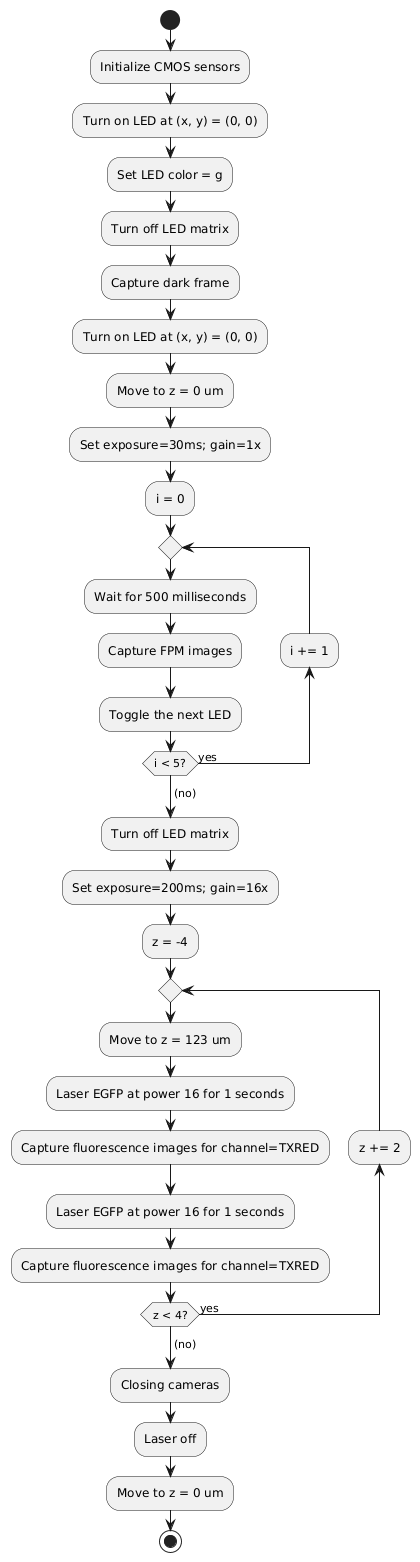
Caltech-Biophotonics-Lab/bioimage-coder keeps this PlantUML diagram as apps/amgen2019-full/flowchart-amgen2019-protocol.png. Above is the earlier version.
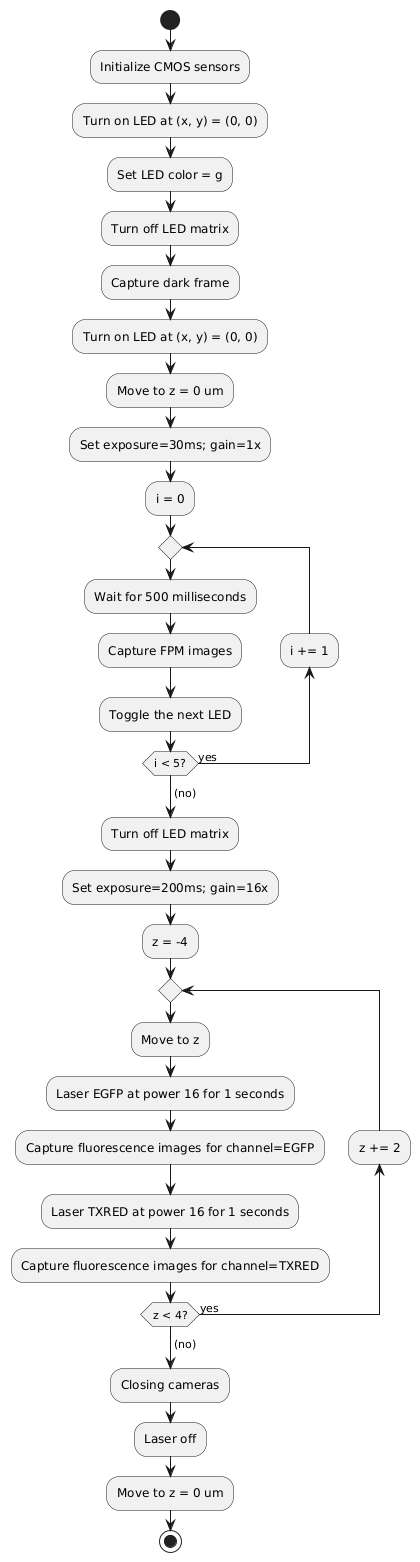
Later version of the same file.

Diff of the diagram source:
```diff
@@ -20,10 +20,10 @@
 :Set exposure=200ms; gain=16x;
 :z = -4;
 repeat
-:Move to z = 123 um;
+:Move to z;
 :Laser EGFP at power 16 for 1 seconds;
-:Capture fluorescence images for channel=TXRED;
-:Laser EGFP at power 16 for 1 seconds;
+:Capture fluorescence images for channel=EGFP;
+:Laser TXRED at power 16 for 1 seconds;
 :Capture fluorescence images for channel=TXRED;
 backward:z += 2;
 repeat while (z < 4?) is (yes)
```
